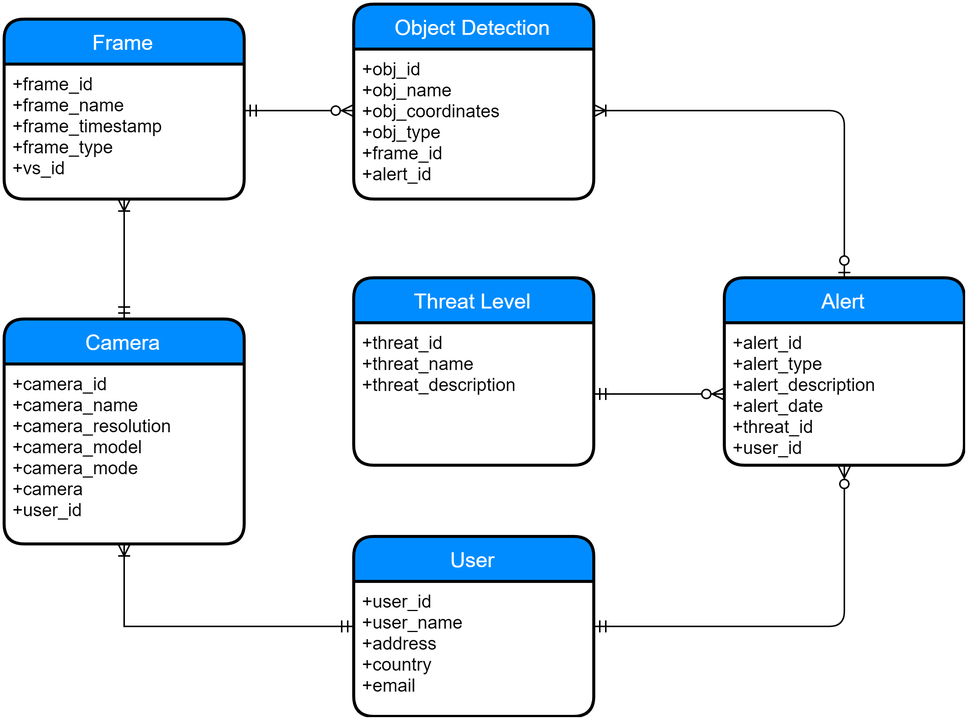
esrg-silent-howl/argos keeps this draw.io diagram as 3. Design/7. Database/database_design.png. Above is the earlier version. Source tidied: cells renumbered, new cells last; positions are measured from the earlier drawing's top-left corner, leaving out a move shared by most shapes. Its diagram source:
```xml
<mxGraphModel>
  <root>
    <mxCell id="0" />
    <mxCell id="1" parent="0" />
    <mxCell id="2" value="Object Detection" style="swimlane;horizontal=1;startSize=30;fillColor=#008cff;fontColor=#FFFFFF;rounded=1;fontSize=14;fontStyle=0;strokeWidth=2;shadow=0;dashed=0;align=center;" parent="1" vertex="1">
      <mxGeometry x="233" width="160" height="130" as="geometry" />
    </mxCell>
    <mxCell id="3" value="+obj_id&#10;+obj_name&#10;+obj_coordinates&#10;+obj_type&#10;+frame_id&#10;+alert_id" style="align=left;strokeColor=none;fillColor=none;spacingLeft=4;fontSize=12;verticalAlign=top;" parent="2" vertex="1">
      <mxGeometry y="30" width="160" height="100" as="geometry" />
    </mxCell>
    <mxCell id="4" style="edgeStyle=orthogonalEdgeStyle;rounded=0;jettySize=auto;html=1;exitX=0.5;exitY=1;exitDx=0;exitDy=0;entryX=0;entryY=0.335;entryDx=0;entryDy=0;entryPerimeter=0;startArrow=ERoneToMany;startFill=0;endArrow=ERmandOne;endFill=0;" parent="1" edge="1" source="6" target="12">
      <mxGeometry relative="1" as="geometry">
        <Array as="points">
          <mxPoint x="80" y="415" />
        </Array>
      </mxGeometry>
    </mxCell>
    <mxCell id="5" value="Camera" style="swimlane;horizontal=1;startSize=30;fillColor=#008cff;fontColor=#FFFFFF;rounded=1;fontSize=14;fontStyle=0;strokeWidth=2;shadow=0;dashed=0;align=center;" parent="1" vertex="1">
      <mxGeometry y="210" width="160" height="150" as="geometry" />
    </mxCell>
    <mxCell id="6" value="+camera_id&#10;+camera_name&#10;+camera_resolution&#10;+camera_model&#10;+camera_mode&#10;+camera&#10;+user_id" style="align=left;strokeColor=none;fillColor=none;spacingLeft=4;fontSize=12;verticalAlign=top;" parent="5" vertex="1">
      <mxGeometry y="30" width="160" height="120" as="geometry" />
    </mxCell>
    <mxCell id="7" style="edgeStyle=elbowEdgeStyle;rounded=1;jettySize=auto;html=1;startArrow=ERmandOne;startFill=0;endArrow=ERzeroToMany;endFill=1;exitX=1.002;exitY=0.344;exitDx=0;exitDy=0;entryX=0.002;entryY=0.411;entryDx=0;entryDy=0;exitPerimeter=0;entryPerimeter=0;" parent="1" edge="1" source="9" target="3">
      <mxGeometry relative="1" as="geometry" />
    </mxCell>
    <mxCell id="8" value="Frame" style="swimlane;horizontal=1;startSize=30;fillColor=#008cff;fontColor=#FFFFFF;rounded=1;fontSize=14;fontStyle=0;strokeWidth=2;shadow=0;dashed=0;align=center;" parent="1" vertex="1">
      <mxGeometry y="10" width="160" height="120" as="geometry" />
    </mxCell>
    <mxCell id="9" value="+frame_id&#10;+frame_name&#10;+frame_timestamp&#10;+frame_type&#10;+vs_id" style="align=left;strokeColor=none;fillColor=none;spacingLeft=4;fontSize=12;verticalAlign=top;" parent="8" vertex="1">
      <mxGeometry y="30" width="160" height="90" as="geometry" />
    </mxCell>
    <mxCell id="10" style="edgeStyle=orthogonalEdgeStyle;rounded=1;jettySize=auto;html=1;exitX=1;exitY=0.5;exitDx=0;exitDy=0;entryX=0.5;entryY=1;entryDx=0;entryDy=0;startArrow=ERmandOne;startFill=0;endArrow=ERzeroToMany;endFill=1;fontColor=#FF3333;" parent="1" edge="1" source="11" target="15">
      <mxGeometry relative="1" as="geometry">
        <Array as="points">
          <mxPoint x="560" y="415" />
        </Array>
      </mxGeometry>
    </mxCell>
    <mxCell id="11" value="User" style="swimlane;horizontal=1;startSize=30;fillColor=#008cff;fontColor=#FFFFFF;rounded=1;fontSize=14;fontStyle=0;strokeWidth=2;shadow=0;dashed=0;align=center;" parent="1" vertex="1">
      <mxGeometry x="233" y="355" width="160" height="120" as="geometry" />
    </mxCell>
    <mxCell id="12" value="+user_id&#10;+user_name&#10;+address&#10;+country&#10;+email" style="align=left;strokeColor=none;fillColor=none;spacingLeft=4;fontSize=12;verticalAlign=top;" parent="11" vertex="1">
      <mxGeometry y="30" width="160" height="90" as="geometry" />
    </mxCell>
    <mxCell id="13" style="edgeStyle=orthogonalEdgeStyle;rounded=1;jettySize=auto;html=1;exitX=0.5;exitY=0;exitDx=0;exitDy=0;entryX=0.999;entryY=0.409;entryDx=0;entryDy=0;startArrow=ERzeroToOne;startFill=1;endArrow=ERoneToMany;endFill=0;fontColor=#FF3333;entryPerimeter=0;" parent="1" edge="1" source="14" target="3">
      <mxGeometry relative="1" as="geometry">
        <Array as="points">
          <mxPoint x="560" y="71" />
        </Array>
      </mxGeometry>
    </mxCell>
    <mxCell id="14" value="Alert" style="swimlane;horizontal=1;startSize=30;fillColor=#008cff;fontColor=#FFFFFF;rounded=1;fontSize=14;fontStyle=0;strokeWidth=2;shadow=0;dashed=0;align=center;" parent="1" vertex="1">
      <mxGeometry x="480" y="182.5" width="160" height="125" as="geometry" />
    </mxCell>
    <mxCell id="15" value="+alert_id&#10;+alert_type&#10;+alert_description&#10;+alert_date&#10;+threat_id&#10;+user_id" style="align=left;strokeColor=none;fillColor=none;spacingLeft=4;fontSize=12;verticalAlign=top;" parent="14" vertex="1">
      <mxGeometry y="30" width="160" height="95" as="geometry" />
    </mxCell>
    <mxCell id="16" value="Threat Level" style="swimlane;horizontal=1;startSize=30;fillColor=#008cff;fontColor=#FFFFFF;rounded=1;fontSize=14;fontStyle=0;strokeWidth=2;shadow=0;dashed=0;align=center;" parent="1" vertex="1">
      <mxGeometry x="233" y="182.5" width="160" height="125" as="geometry" />
    </mxCell>
    <mxCell id="17" value="+threat_id&#10;+threat_name&#10;+threat_description" style="align=left;strokeColor=none;fillColor=none;spacingLeft=4;fontSize=12;verticalAlign=top;" parent="16" vertex="1">
      <mxGeometry y="30" width="160" height="95" as="geometry" />
    </mxCell>
    <mxCell id="18" style="edgeStyle=orthogonalEdgeStyle;rounded=0;jettySize=auto;html=1;exitX=0.5;exitY=0;exitDx=0;exitDy=0;entryX=0.5;entryY=1;entryDx=0;entryDy=0;startArrow=ERmandOne;startFill=0;endArrow=ERoneToMany;endFill=0;" parent="1" edge="1" source="5" target="9">
      <mxGeometry relative="1" as="geometry" />
    </mxCell>
    <mxCell id="19" style="edgeStyle=orthogonalEdgeStyle;rounded=1;jettySize=auto;html=1;exitX=1;exitY=0.5;exitDx=0;exitDy=0;entryX=0;entryY=0.5;entryDx=0;entryDy=0;startArrow=ERmandOne;startFill=0;endArrow=ERzeroToMany;endFill=1;fontColor=#FF3333;" parent="1" edge="1" source="17" target="15">
      <mxGeometry relative="1" as="geometry" />
    </mxCell>
  </root>
</mxGraphModel>
```
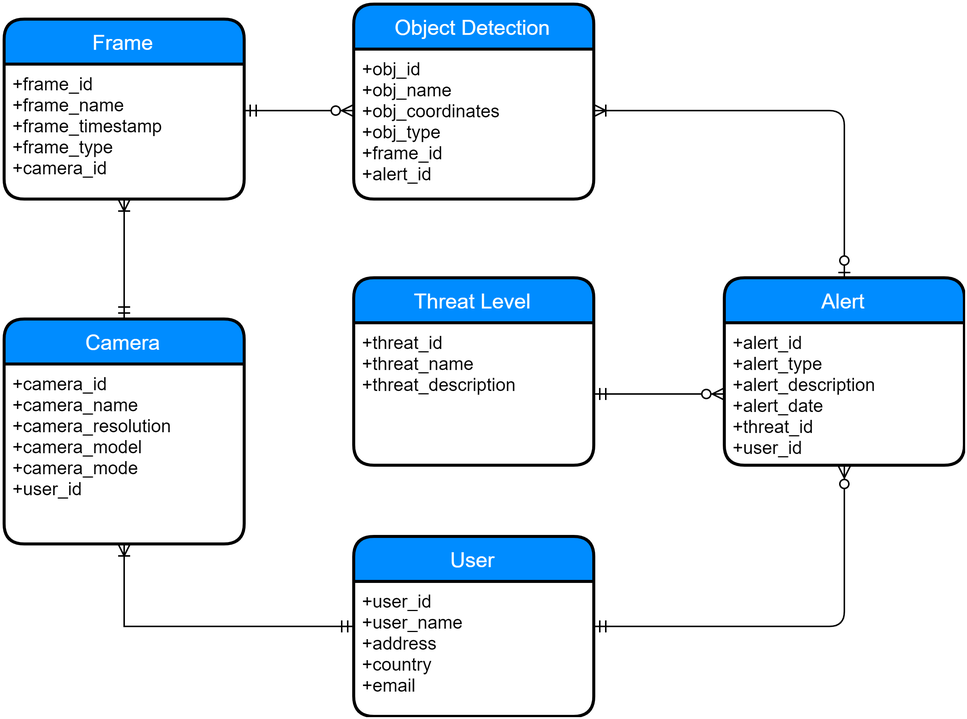
Above is the later version.

Commit message:
ADD: Database logic model, ER Diagram fix

What changed in the source:
```diff
@@ -18,7 +18,7 @@
     <mxCell id="5" value="Camera" style="swimlane;horizontal=1;startSize=30;fillColor=#008cff;fontColor=#FFFFFF;rounded=1;fontSize=14;fontStyle=0;strokeWidth=2;shadow=0;dashed=0;align=center;" parent="1" vertex="1">
       <mxGeometry y="210" width="160" height="150" as="geometry" />
     </mxCell>
-    <mxCell id="6" value="+camera_id&#10;+camera_name&#10;+camera_resolution&#10;+camera_model&#10;+camera_mode&#10;+camera&#10;+user_id" style="align=left;strokeColor=none;fillColor=none;spacingLeft=4;fontSize=12;verticalAlign=top;" parent="5" vertex="1">
+    <mxCell id="6" value="+camera_id&#10;+camera_name&#10;+camera_resolution&#10;+camera_model&#10;+camera_mode&#10;+user_id" style="align=left;strokeColor=none;fillColor=none;spacingLeft=4;fontSize=12;verticalAlign=top;" parent="5" vertex="1">
       <mxGeometry y="30" width="160" height="120" as="geometry" />
     </mxCell>
     <mxCell id="7" style="edgeStyle=elbowEdgeStyle;rounded=1;jettySize=auto;html=1;startArrow=ERmandOne;startFill=0;endArrow=ERzeroToMany;endFill=1;exitX=1.002;exitY=0.344;exitDx=0;exitDy=0;entryX=0.002;entryY=0.411;entryDx=0;entryDy=0;exitPerimeter=0;entryPerimeter=0;" parent="1" edge="1" source="9" target="3">
@@ -27,7 +27,7 @@
     <mxCell id="8" value="Frame" style="swimlane;horizontal=1;startSize=30;fillColor=#008cff;fontColor=#FFFFFF;rounded=1;fontSize=14;fontStyle=0;strokeWidth=2;shadow=0;dashed=0;align=center;" parent="1" vertex="1">
       <mxGeometry y="10" width="160" height="120" as="geometry" />
     </mxCell>
-    <mxCell id="9" value="+frame_id&#10;+frame_name&#10;+frame_timestamp&#10;+frame_type&#10;+vs_id" style="align=left;strokeColor=none;fillColor=none;spacingLeft=4;fontSize=12;verticalAlign=top;" parent="8" vertex="1">
+    <mxCell id="9" value="+frame_id&#10;+frame_name&#10;+frame_timestamp&#10;+frame_type&#10;+camera_id" style="align=left;strokeColor=none;fillColor=none;spacingLeft=4;fontSize=12;verticalAlign=top;" parent="8" vertex="1">
       <mxGeometry y="30" width="160" height="90" as="geometry" />
     </mxCell>
     <mxCell id="10" style="edgeStyle=orthogonalEdgeStyle;rounded=1;jettySize=auto;html=1;exitX=1;exitY=0.5;exitDx=0;exitDy=0;entryX=0.5;entryY=1;entryDx=0;entryDy=0;startArrow=ERmandOne;startFill=0;endArrow=ERzeroToMany;endFill=1;fontColor=#FF3333;" parent="1" edge="1" source="11" target="15">
```
